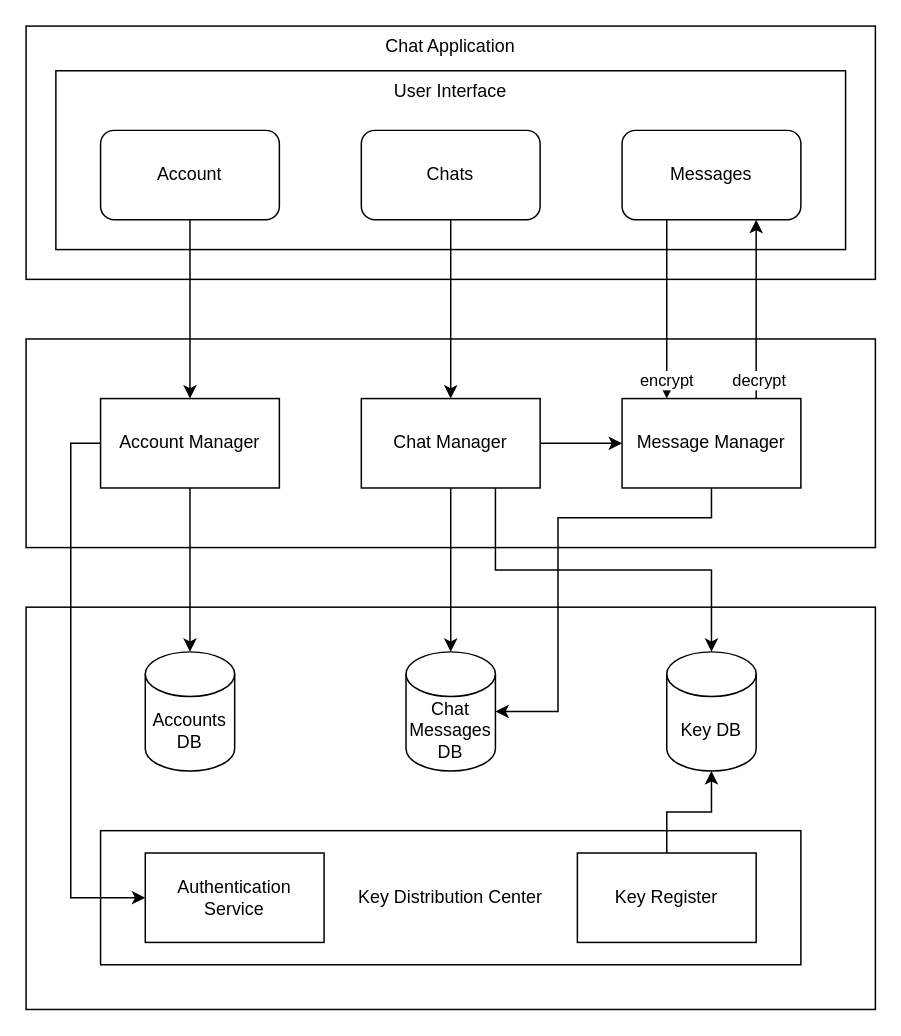
SumanyaG/3A04 keeps this draw.io diagram as D2/architecture_diagram.drawio. Above is the earlier version. Source tidied: cells renumbered, new cells numbered last; positions are measured from the earlier drawing's top-left corner, leaving out a move shared by most shapes. Both pictures are drawn from the tidied source at 149%, with x=0, y=0 at pixel (25, 25).
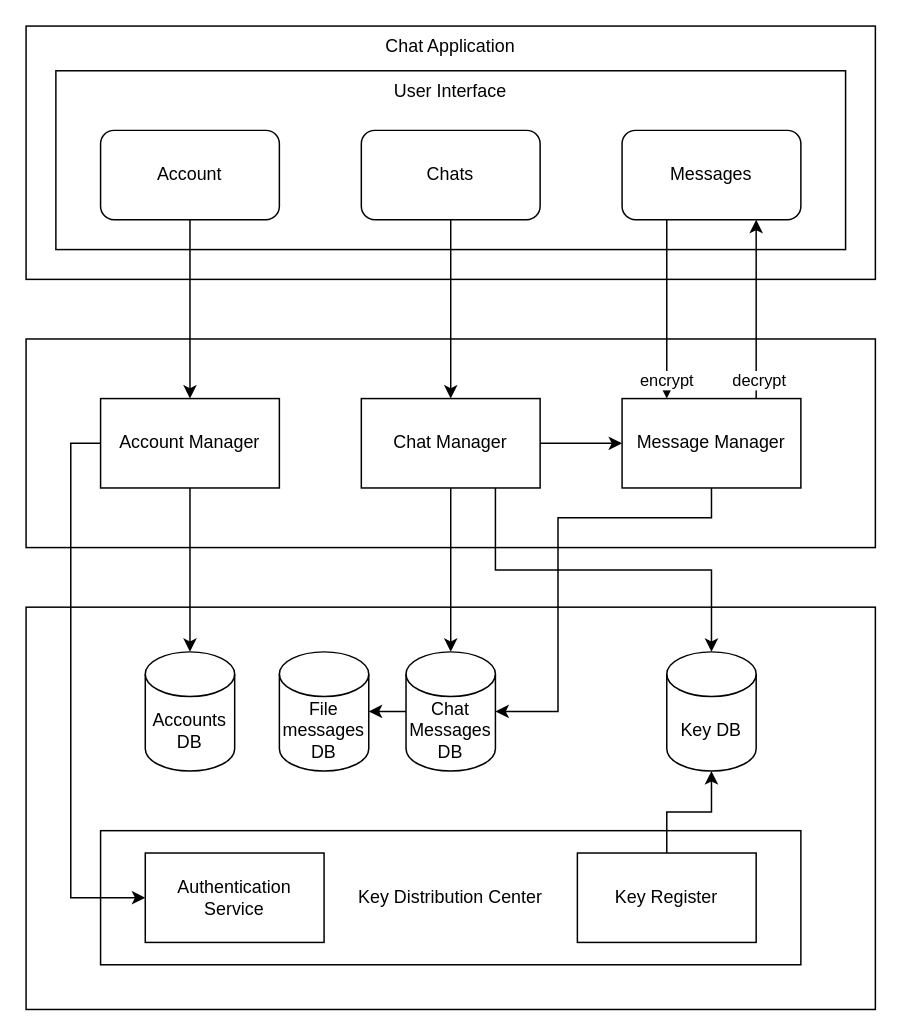
The same page after the edit.

The change refers to these unchanged cells:
```xml
<mxCell id="14" value="Chat Messages DB" style="shape=cylinder3;whiteSpace=wrap;html=1;boundedLbl=1;backgroundOutline=1;size=15;" parent="1" vertex="1">
  <mxGeometry x="255" y="420" width="60" height="80" as="geometry" />
</mxCell>
```

The edit, as a diff of the source:
```diff
@@
+    <mxCell id="31" style="edgeStyle=orthogonalEdgeStyle;rounded=0;jettySize=auto;html=1;" parent="1" edge="1" source="14" target="32">
+      <mxGeometry relative="1" as="geometry" />
+    </mxCell>
@@
+    <mxCell id="32" value="File messages DB" style="shape=cylinder3;whiteSpace=wrap;html=1;boundedLbl=1;backgroundOutline=1;size=15;" parent="1" vertex="1">
+      <mxGeometry x="170" y="420" width="60" height="80" as="geometry" />
+    </mxCell>
```
